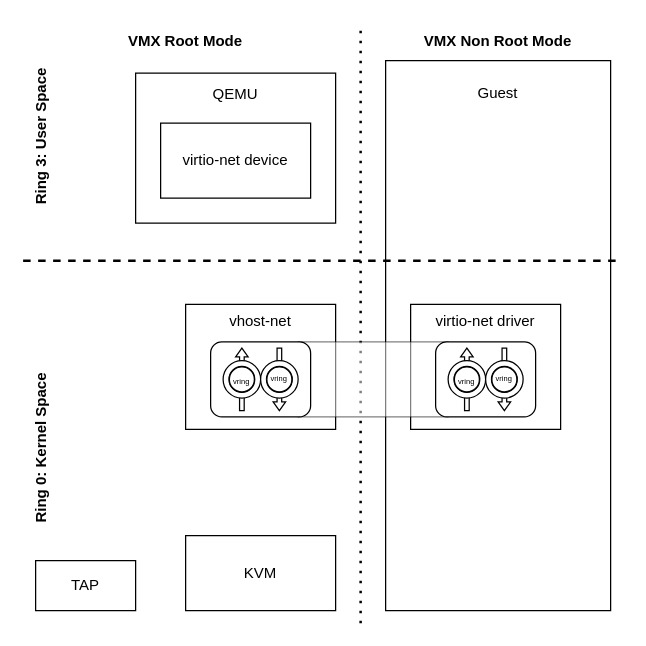
This is virtio_net_vhost.drawio from vmuxIO/diagrams, a draw.io file, before an edit. Source tidied: cells renumbered, new cells numbered last; positions are measured from the earlier drawing's top-left corner, leaving out a move shared by most shapes. Both pictures are drawn from the tidied source at 125%, with x=0, y=0 at pixel (-134, 22).
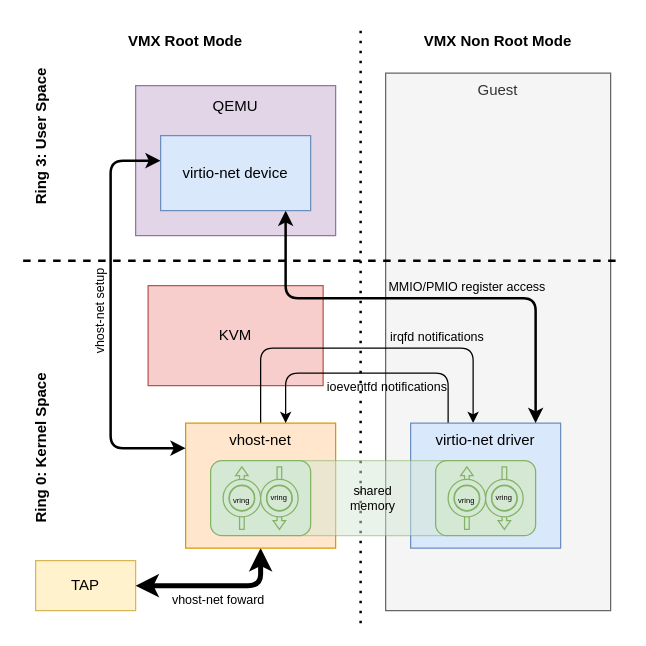
After the change.

What changed in the source:
```diff
@@
-    <mxCell id="2" value="&lt;div&gt;Guest&lt;/div&gt;&lt;div&gt;&lt;br&gt;&lt;/div&gt;&lt;div&gt;&lt;br&gt;&lt;/div&gt;&lt;div&gt;&lt;br&gt;&lt;/div&gt;&lt;div&gt;&lt;br&gt;&lt;/div&gt;&lt;div&gt;&lt;br&gt;&lt;/div&gt;&lt;div&gt;&lt;br&gt;&lt;/div&gt;&lt;div&gt;&lt;br&gt;&lt;/div&gt;&lt;div&gt;&lt;br&gt;&lt;/div&gt;&lt;div&gt;&lt;br&gt;&lt;/div&gt;&lt;div&gt;&lt;br&gt;&lt;/div&gt;&lt;div&gt;&lt;br&gt;&lt;/div&gt;&lt;div&gt;&lt;br&gt;&lt;/div&gt;&lt;div&gt;&lt;br&gt;&lt;/div&gt;&lt;div&gt;&lt;br&gt;&lt;/div&gt;&lt;div&gt;&lt;br&gt;&lt;/div&gt;&lt;div&gt;&lt;br&gt;&lt;/div&gt;&lt;div&gt;&lt;br&gt;&lt;/div&gt;&lt;div&gt;&lt;br&gt;&lt;/div&gt;&lt;div&gt;&lt;br&gt;&lt;/div&gt;&lt;div&gt;&lt;br&gt;&lt;/div&gt;&lt;div&gt;&lt;br&gt;&lt;/div&gt;&lt;div&gt;&lt;br&gt;&lt;/div&gt;&lt;div&gt;&lt;br&gt;&lt;/div&gt;&lt;div&gt;&lt;br&gt;&lt;/div&gt;&lt;div&gt;&lt;br&gt;&lt;/div&gt;&lt;div&gt;&lt;br&gt;&lt;/div&gt;&lt;div&gt;&lt;br&gt;&lt;/div&gt;" style="rounded=0;whiteSpace=wrap;html=1;" parent="1" vertex="1">
-      <mxGeometry x="415" y="30" width="180" height="440" as="geometry" />
+    <mxCell id="2" value="&lt;div&gt;Guest&lt;/div&gt;&lt;div&gt;&lt;br&gt;&lt;/div&gt;&lt;div&gt;&lt;br&gt;&lt;/div&gt;&lt;div&gt;&lt;br&gt;&lt;/div&gt;&lt;div&gt;&lt;br&gt;&lt;/div&gt;&lt;div&gt;&lt;br&gt;&lt;/div&gt;&lt;div&gt;&lt;br&gt;&lt;/div&gt;&lt;div&gt;&lt;br&gt;&lt;/div&gt;&lt;div&gt;&lt;br&gt;&lt;/div&gt;&lt;div&gt;&lt;br&gt;&lt;/div&gt;&lt;div&gt;&lt;br&gt;&lt;/div&gt;&lt;div&gt;&lt;br&gt;&lt;/div&gt;&lt;div&gt;&lt;br&gt;&lt;/div&gt;&lt;div&gt;&lt;br&gt;&lt;/div&gt;&lt;div&gt;&lt;br&gt;&lt;/div&gt;&lt;div&gt;&lt;br&gt;&lt;/div&gt;&lt;div&gt;&lt;br&gt;&lt;/div&gt;&lt;div&gt;&lt;br&gt;&lt;/div&gt;&lt;div&gt;&lt;br&gt;&lt;/div&gt;&lt;div&gt;&lt;br&gt;&lt;/div&gt;&lt;div&gt;&lt;br&gt;&lt;/div&gt;&lt;div&gt;&lt;br&gt;&lt;/div&gt;&lt;div&gt;&lt;br&gt;&lt;/div&gt;&lt;div&gt;&lt;br&gt;&lt;/div&gt;&lt;div&gt;&lt;br&gt;&lt;/div&gt;&lt;div&gt;&lt;br&gt;&lt;/div&gt;&lt;div&gt;&lt;br&gt;&lt;/div&gt;&lt;div&gt;&lt;br&gt;&lt;/div&gt;&lt;div&gt;&lt;br&gt;&lt;/div&gt;" style="rounded=0;whiteSpace=wrap;html=1;fillColor=#f5f5f5;fontColor=#333333;strokeColor=#666666;" parent="1" vertex="1">
+      <mxGeometry x="415" y="40" width="180" height="430" as="geometry" />
     </mxCell>
@@
-    <mxCell id="9" value="TAP" style="rounded=0;whiteSpace=wrap;html=1;" parent="1" vertex="1">
+    <mxCell id="9" value="TAP" style="rounded=0;whiteSpace=wrap;html=1;fillColor=#fff2cc;strokeColor=#d6b656;" parent="1" vertex="1">
       <mxGeometry x="135" y="430" width="80" height="40" as="geometry" />
     </mxCell>
-    <mxCell id="10" value="KVM" style="rounded=0;whiteSpace=wrap;html=1;" parent="1" vertex="1">
-      <mxGeometry x="255" y="410" width="120" height="60" as="geometry" />
+    <mxCell id="10" value="KVM" style="rounded=0;whiteSpace=wrap;html=1;fillColor=#f8cecc;strokeColor=#b85450;" parent="1" vertex="1">
+      <mxGeometry x="225" y="210" width="140" height="80" as="geometry" />
     </mxCell>
+    <mxCell id="32" style="edgeStyle=orthogonalEdgeStyle;rounded=1;jettySize=auto;html=1;strokeWidth=4;fontSize=12;startArrow=classic;startFill=1;" parent="1" edge="1" source="11">
+      <mxGeometry relative="1" as="geometry">
+        <mxPoint x="215" y="450" as="targetPoint" />
+        <Array as="points">
+          <mxPoint x="315" y="450" />
+          <mxPoint x="215" y="450" />
+        </Array>
+      </mxGeometry>
+    </mxCell>
+    <mxCell id="33" value="vhost-net foward" style="edgeLabel;html=1;align=center;verticalAlign=middle;fontSize=10;" parent="32" vertex="1">
+      <mxGeometry x="0.05" y="-2" relative="1" as="geometry">
+        <mxPoint x="3" y="12" as="offset" />
+      </mxGeometry>
+    </mxCell>
+    <mxCell id="34" style="edgeStyle=orthogonalEdgeStyle;rounded=1;jettySize=auto;html=1;strokeWidth=1;fontSize=12;startArrow=none;startFill=0;" parent="1" edge="1" source="11" target="12">
+      <mxGeometry relative="1" as="geometry">
+        <Array as="points">
+          <mxPoint x="315" y="260" />
+          <mxPoint x="485" y="260" />
+        </Array>
+      </mxGeometry>
+    </mxCell>
+    <mxCell id="35" value="irqfd notifications" style="edgeLabel;html=1;align=center;verticalAlign=middle;fontSize=10;labelBackgroundColor=none;" parent="34" vertex="1">
+      <mxGeometry x="0.31" y="-1" relative="1" as="geometry">
+        <mxPoint x="10" y="-11" as="offset" />
+      </mxGeometry>
+    </mxCell>
-    <mxCell id="11" value="&lt;div&gt;vhost-net&lt;/div&gt;&lt;div&gt;&lt;br&gt;&lt;/div&gt;&lt;div&gt;&lt;br&gt;&lt;/div&gt;&lt;div&gt;&lt;br&gt;&lt;/div&gt;&lt;div&gt;&lt;br&gt;&lt;/div&gt;&lt;div&gt;&lt;br&gt;&lt;/div&gt;" style="rounded=0;whiteSpace=wrap;html=1;align=center;" parent="1" vertex="1">
-      <mxGeometry x="255" y="225" width="120" height="100" as="geometry" />
+    <mxCell id="11" value="&lt;div&gt;vhost-net&lt;/div&gt;&lt;div&gt;&lt;br&gt;&lt;/div&gt;&lt;div&gt;&lt;br&gt;&lt;/div&gt;&lt;div&gt;&lt;br&gt;&lt;/div&gt;&lt;div&gt;&lt;br&gt;&lt;/div&gt;&lt;div&gt;&lt;br&gt;&lt;/div&gt;" style="rounded=0;whiteSpace=wrap;html=1;align=center;fillColor=#ffe6cc;strokeColor=#d79b00;" parent="1" vertex="1">
+      <mxGeometry x="255" y="320" width="120" height="100" as="geometry" />
     </mxCell>
+    <mxCell id="36" style="edgeStyle=orthogonalEdgeStyle;rounded=1;jettySize=auto;html=1;strokeWidth=1;fontSize=12;startArrow=none;startFill=0;entryX=0.667;entryY=0;entryDx=0;entryDy=0;entryPerimeter=0;" parent="1" edge="1" source="12" target="11">
+      <mxGeometry relative="1" as="geometry">
+        <Array as="points">
+          <mxPoint x="465" y="280" />
+          <mxPoint x="335" y="280" />
+        </Array>
+      </mxGeometry>
+    </mxCell>
+    <mxCell id="37" value="ioeventfd notifications" style="edgeLabel;html=1;align=center;verticalAlign=middle;fontSize=10;labelBackgroundColor=none;" parent="36" vertex="1">
+      <mxGeometry x="-0.18" y="1" relative="1" as="geometry">
+        <mxPoint x="-4" y="9" as="offset" />
+      </mxGeometry>
+    </mxCell>
-    <mxCell id="12" value="&lt;div&gt;virtio-net driver&lt;/div&gt;&lt;div&gt;&lt;br&gt;&lt;/div&gt;&lt;div&gt;&lt;br&gt;&lt;/div&gt;&lt;div&gt;&lt;br&gt;&lt;/div&gt;&lt;div&gt;&lt;br&gt;&lt;/div&gt;&lt;div&gt;&lt;br&gt;&lt;/div&gt;" style="rounded=0;whiteSpace=wrap;html=1;align=center;" parent="1" vertex="1">
-      <mxGeometry x="435" y="225" width="120" height="100" as="geometry" />
+    <mxCell id="12" value="&lt;div&gt;virtio-net driver&lt;/div&gt;&lt;div&gt;&lt;br&gt;&lt;/div&gt;&lt;div&gt;&lt;br&gt;&lt;/div&gt;&lt;div&gt;&lt;br&gt;&lt;/div&gt;&lt;div&gt;&lt;br&gt;&lt;/div&gt;&lt;div&gt;&lt;br&gt;&lt;/div&gt;" style="rounded=0;whiteSpace=wrap;html=1;align=center;fillColor=#dae8fc;strokeColor=#6c8ebf;" parent="1" vertex="1">
+      <mxGeometry x="435" y="320" width="120" height="100" as="geometry" />
     </mxCell>
-    <mxCell id="13" style="rounded=0;whiteSpace=wrap;html=1;fontSize=6;opacity=50;" parent="1" vertex="1">
-      <mxGeometry x="345" y="255" width="120" height="60" as="geometry" />
+    <mxCell id="13" value="&lt;div style=&quot;font-size: 10px;&quot;&gt;&lt;font style=&quot;font-size: 10px;&quot;&gt;shared&lt;/font&gt;&lt;/div&gt;&lt;div style=&quot;font-size: 10px;&quot;&gt;&lt;font style=&quot;font-size: 10px;&quot;&gt;memory&lt;/font&gt;&lt;/div&gt;" style="rounded=0;whiteSpace=wrap;html=1;fontSize=6;opacity=50;fillColor=#d5e8d4;strokeColor=#82b366;" parent="1" vertex="1">
+      <mxGeometry x="345" y="350" width="120" height="60" as="geometry" />
     </mxCell>
-    <mxCell id="14" style="group;" parent="1" vertex="1">
-      <mxGeometry x="275" y="255" width="80" height="60" as="geometry" />
-    </mxCell>
+    <mxCell id="30" value="&lt;div&gt;QEMU&lt;/div&gt;&lt;div&gt;&lt;br&gt;&lt;/div&gt;&lt;div&gt;&lt;br&gt;&lt;/div&gt;&lt;div&gt;&lt;br&gt;&lt;/div&gt;&lt;div&gt;&lt;br&gt;&lt;/div&gt;&lt;div&gt;&lt;br&gt;&lt;/div&gt;&lt;div&gt;&lt;br&gt;&lt;/div&gt;" style="rounded=0;whiteSpace=wrap;html=1;align=center;fillColor=#e1d5e7;strokeColor=#9673a6;" parent="1" vertex="1">
+      <mxGeometry x="215" y="50" width="160" height="120" as="geometry" />
+    </mxCell>
+    <mxCell id="38" style="edgeStyle=orthogonalEdgeStyle;rounded=1;jettySize=auto;html=1;strokeWidth=2;fontSize=12;startArrow=classic;startFill=1;" parent="1" edge="1" source="31" target="11">
+      <mxGeometry relative="1" as="geometry">
+        <Array as="points">
+          <mxPoint x="195" y="110" />
+          <mxPoint x="195" y="340" />
+        </Array>
+      </mxGeometry>
+    </mxCell>
+    <mxCell id="39" value="vhost-net setup" style="edgeLabel;html=1;align=center;verticalAlign=middle;fontSize=10;rotation=270;" parent="38" vertex="1">
+      <mxGeometry x="-0.02" y="-1" relative="1" as="geometry">
+        <mxPoint x="-9" as="offset" />
+      </mxGeometry>
+    </mxCell>
+    <mxCell id="40" style="edgeStyle=orthogonalEdgeStyle;rounded=1;jettySize=auto;html=1;strokeWidth=2;fontSize=12;startArrow=classic;startFill=1;" parent="1" edge="1" source="31" target="12">
+      <mxGeometry relative="1" as="geometry">
+        <Array as="points">
+          <mxPoint x="335" y="220" />
+          <mxPoint x="535" y="220" />
+        </Array>
+      </mxGeometry>
+    </mxCell>
+    <mxCell id="41" value="MMIO/PMIO register access" style="edgeLabel;html=1;align=center;verticalAlign=middle;fontSize=10;labelBackgroundColor=none;" parent="40" vertex="1">
+      <mxGeometry x="-0.02" y="-2" relative="1" as="geometry">
+        <mxPoint x="33" y="-12" as="offset" />
+      </mxGeometry>
+    </mxCell>
+    <mxCell id="31" value="&lt;div&gt;virtio-net device&lt;/div&gt;" style="rounded=0;whiteSpace=wrap;html=1;align=center;fillColor=#dae8fc;strokeColor=#6c8ebf;" parent="1" vertex="1">
+      <mxGeometry x="235" y="90" width="120" height="60" as="geometry" />
+    </mxCell>
+    <mxCell id="23" style="rounded=1;whiteSpace=wrap;html=1;fillColor=#d5e8d4;strokeColor=#82b366;" parent="1" vertex="1">
+      <mxGeometry x="455" y="350" width="80" height="60" as="geometry" />
+    </mxCell>
+    <mxCell id="24" style="shape=singleArrow;direction=north;whiteSpace=wrap;html=1;arrowWidth=0.3692307692307736;arrowSize=0.13999999999999888;fillColor=#d5e8d4;strokeColor=#82b366;" parent="1" vertex="1">
+      <mxGeometry x="475" y="355" width="10" height="50" as="geometry" />
+    </mxCell>
+    <mxCell id="25" style="verticalLabelPosition=bottom;verticalAlign=top;html=1;shape=mxgraph.basic.donut;dx=4.69;fillColor=#d5e8d4;strokeColor=#82b366;" parent="1" vertex="1">
+      <mxGeometry x="465" y="365" width="30" height="30" as="geometry" />
+    </mxCell>
+    <mxCell id="26" style="shape=singleArrow;direction=south;whiteSpace=wrap;html=1;arrowWidth=0.3692307692307736;arrowSize=0.13999999999999888;fillColor=#d5e8d4;strokeColor=#82b366;" parent="1" vertex="1">
+      <mxGeometry x="505" y="355" width="10" height="50" as="geometry" />
+    </mxCell>
+    <mxCell id="27" style="verticalLabelPosition=bottom;verticalAlign=top;html=1;shape=mxgraph.basic.donut;dx=4.69;fillColor=#d5e8d4;strokeColor=#82b366;" parent="1" vertex="1">
+      <mxGeometry x="495" y="365" width="30" height="30" as="geometry" />
+    </mxCell>
+    <mxCell id="28" value="&lt;font style=&quot;font-size: 6px;&quot;&gt;vring&lt;/font&gt;" style="ellipse;whiteSpace=wrap;html=1;direction=south;fillColor=#d5e8d4;strokeColor=#82b366;" parent="1" vertex="1">
+      <mxGeometry x="470" y="370" width="20" height="20" as="geometry" />
+    </mxCell>
+    <mxCell id="29" value="vring" style="ellipse;whiteSpace=wrap;html=1;direction=south;fontSize=6;fillColor=#d5e8d4;strokeColor=#82b366;" parent="1" vertex="1">
+      <mxGeometry x="500" y="370" width="20" height="20" as="geometry" />
+    </mxCell>
-    <mxCell id="15" style="rounded=1;whiteSpace=wrap;html=1;" parent="14" vertex="1">
-      <mxGeometry width="80" height="60" as="geometry" />
+    <mxCell id="15" style="rounded=1;whiteSpace=wrap;html=1;fillColor=#d5e8d4;strokeColor=#82b366;" parent="1" vertex="1">
+      <mxGeometry x="275" y="350" width="80" height="60" as="geometry" />
     </mxCell>
-    <mxCell id="16" style="shape=singleArrow;direction=north;whiteSpace=wrap;html=1;arrowWidth=0.3692307692307736;arrowSize=0.13999999999999888;" parent="14" vertex="1">
-      <mxGeometry x="20" y="5" width="10" height="50" as="geometry" />
+    <mxCell id="16" style="shape=singleArrow;direction=north;whiteSpace=wrap;html=1;arrowWidth=0.3692307692307736;arrowSize=0.13999999999999888;fillColor=#d5e8d4;strokeColor=#82b366;" parent="1" vertex="1">
+      <mxGeometry x="295" y="355" width="10" height="50" as="geometry" />
     </mxCell>
-    <mxCell id="17" style="verticalLabelPosition=bottom;verticalAlign=top;html=1;shape=mxgraph.basic.donut;dx=4.69;" parent="14" vertex="1">
-      <mxGeometry x="10" y="15" width="30" height="30" as="geometry" />
+    <mxCell id="17" style="verticalLabelPosition=bottom;verticalAlign=top;html=1;shape=mxgraph.basic.donut;dx=4.69;fillColor=#d5e8d4;strokeColor=#82b366;" parent="1" vertex="1">
+      <mxGeometry x="285" y="365" width="30" height="30" as="geometry" />
     </mxCell>
-    <mxCell id="18" style="shape=singleArrow;direction=south;whiteSpace=wrap;html=1;arrowWidth=0.3692307692307736;arrowSize=0.13999999999999888;" parent="14" vertex="1">
-      <mxGeometry x="50" y="5" width="10" height="50" as="geometry" />
+    <mxCell id="18" style="shape=singleArrow;direction=south;whiteSpace=wrap;html=1;arrowWidth=0.3692307692307736;arrowSize=0.13999999999999888;fillColor=#d5e8d4;strokeColor=#82b366;" parent="1" vertex="1">
+      <mxGeometry x="325" y="355" width="10" height="50" as="geometry" />
     </mxCell>
-    <mxCell id="19" style="verticalLabelPosition=bottom;verticalAlign=top;html=1;shape=mxgraph.basic.donut;dx=4.69;" parent="14" vertex="1">
-      <mxGeometry x="40" y="15" width="30" height="30" as="geometry" />
+    <mxCell id="19" style="verticalLabelPosition=bottom;verticalAlign=top;html=1;shape=mxgraph.basic.donut;dx=4.69;fillColor=#d5e8d4;strokeColor=#82b366;" parent="1" vertex="1">
+      <mxGeometry x="315" y="365" width="30" height="30" as="geometry" />
     </mxCell>
-    <mxCell id="20" value="&lt;font style=&quot;font-size: 6px;&quot;&gt;vring&lt;/font&gt;" style="ellipse;whiteSpace=wrap;html=1;direction=south;" parent="14" vertex="1">
-      <mxGeometry x="15" y="20" width="20" height="20" as="geometry" />
+    <mxCell id="20" value="&lt;font style=&quot;font-size: 6px;&quot;&gt;vring&lt;/font&gt;" style="ellipse;whiteSpace=wrap;html=1;direction=south;fillColor=#d5e8d4;strokeColor=#82b366;" parent="1" vertex="1">
+      <mxGeometry x="290" y="370" width="20" height="20" as="geometry" />
     </mxCell>
-    <mxCell id="21" value="vring" style="ellipse;whiteSpace=wrap;html=1;direction=south;fontSize=6;" parent="14" vertex="1">
-      <mxGeometry x="45" y="20" width="20" height="20" as="geometry" />
+    <mxCell id="21" value="vring" style="ellipse;whiteSpace=wrap;html=1;direction=south;fontSize=6;fillColor=#d5e8d4;strokeColor=#82b366;" parent="1" vertex="1">
+      <mxGeometry x="320" y="370" width="20" height="20" as="geometry" />
     </mxCell>
-    <mxCell id="22" style="group;" parent="1" vertex="1">
-      <mxGeometry x="455" y="255" width="80" height="60" as="geometry" />
-    </mxCell>
-    <mxCell id="23" style="rounded=1;whiteSpace=wrap;html=1;" parent="22" vertex="1">
-      <mxGeometry width="80" height="60" as="geometry" />
-    </mxCell>
-    <mxCell id="24" style="shape=singleArrow;direction=north;whiteSpace=wrap;html=1;arrowWidth=0.3692307692307736;arrowSize=0.13999999999999888;" parent="22" vertex="1">
-      <mxGeometry x="20" y="5" width="10" height="50" as="geometry" />
-    </mxCell>
-    <mxCell id="25" style="verticalLabelPosition=bottom;verticalAlign=top;html=1;shape=mxgraph.basic.donut;dx=4.69;" parent="22" vertex="1">
-      <mxGeometry x="10" y="15" width="30" height="30" as="geometry" />
-    </mxCell>
-    <mxCell id="26" style="shape=singleArrow;direction=south;whiteSpace=wrap;html=1;arrowWidth=0.3692307692307736;arrowSize=0.13999999999999888;" parent="22" vertex="1">
-      <mxGeometry x="50" y="5" width="10" height="50" as="geometry" />
-    </mxCell>
-    <mxCell id="27" style="verticalLabelPosition=bottom;verticalAlign=top;html=1;shape=mxgraph.basic.donut;dx=4.69;" parent="22" vertex="1">
-      <mxGeometry x="40" y="15" width="30" height="30" as="geometry" />
-    </mxCell>
-    <mxCell id="28" value="&lt;font style=&quot;font-size: 6px;&quot;&gt;vring&lt;/font&gt;" style="ellipse;whiteSpace=wrap;html=1;direction=south;" parent="22" vertex="1">
-      <mxGeometry x="15" y="20" width="20" height="20" as="geometry" />
-    </mxCell>
-    <mxCell id="29" value="vring" style="ellipse;whiteSpace=wrap;html=1;direction=south;fontSize=6;" parent="22" vertex="1">
-      <mxGeometry x="45" y="20" width="20" height="20" as="geometry" />
-    </mxCell>
-    <mxCell id="30" value="&lt;div&gt;QEMU&lt;/div&gt;&lt;div&gt;&lt;br&gt;&lt;/div&gt;&lt;div&gt;&lt;br&gt;&lt;/div&gt;&lt;div&gt;&lt;br&gt;&lt;/div&gt;&lt;div&gt;&lt;br&gt;&lt;/div&gt;&lt;div&gt;&lt;br&gt;&lt;/div&gt;&lt;div&gt;&lt;br&gt;&lt;/div&gt;" style="rounded=0;whiteSpace=wrap;html=1;align=center;" parent="1" vertex="1">
-      <mxGeometry x="215" y="40" width="160" height="120" as="geometry" />
-    </mxCell>
-    <mxCell id="31" value="&lt;div&gt;virtio-net device&lt;/div&gt;" style="rounded=0;whiteSpace=wrap;html=1;align=center;" parent="1" vertex="1">
-      <mxGeometry x="235" y="80" width="120" height="60" as="geometry" />
-    </mxCell>
```
